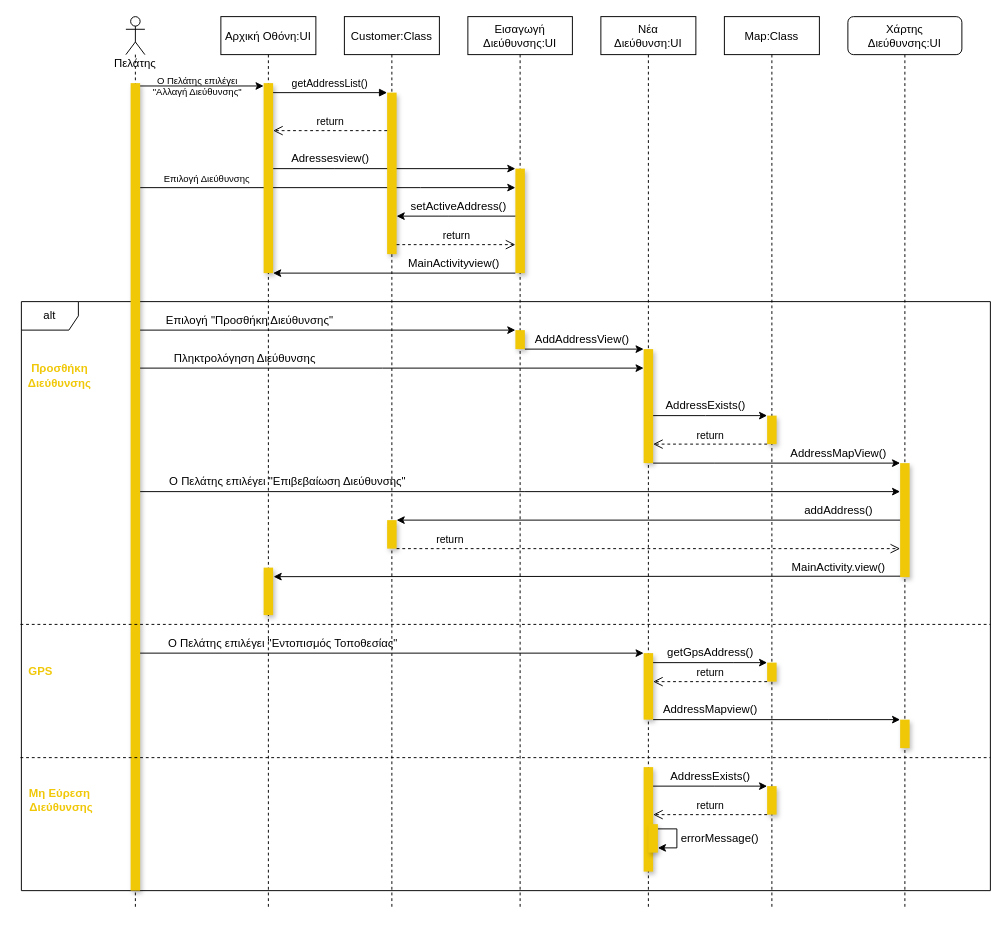
iloudaros/nomnomr keeps this draw.io diagram as docs/contributions/itsikelis/Phase 5/Select Address Revamp/(New)sequence-v0.2-customer-select-address.drawio. Above is the earlier version. Source tidied: cells renumbered, new cells numbered last; positions are measured from the earlier drawing's top-left corner, leaving out a move shared by most shapes. Both pictures are drawn from the tidied source at 95%, with x=0, y=0 at pixel (16, 16).
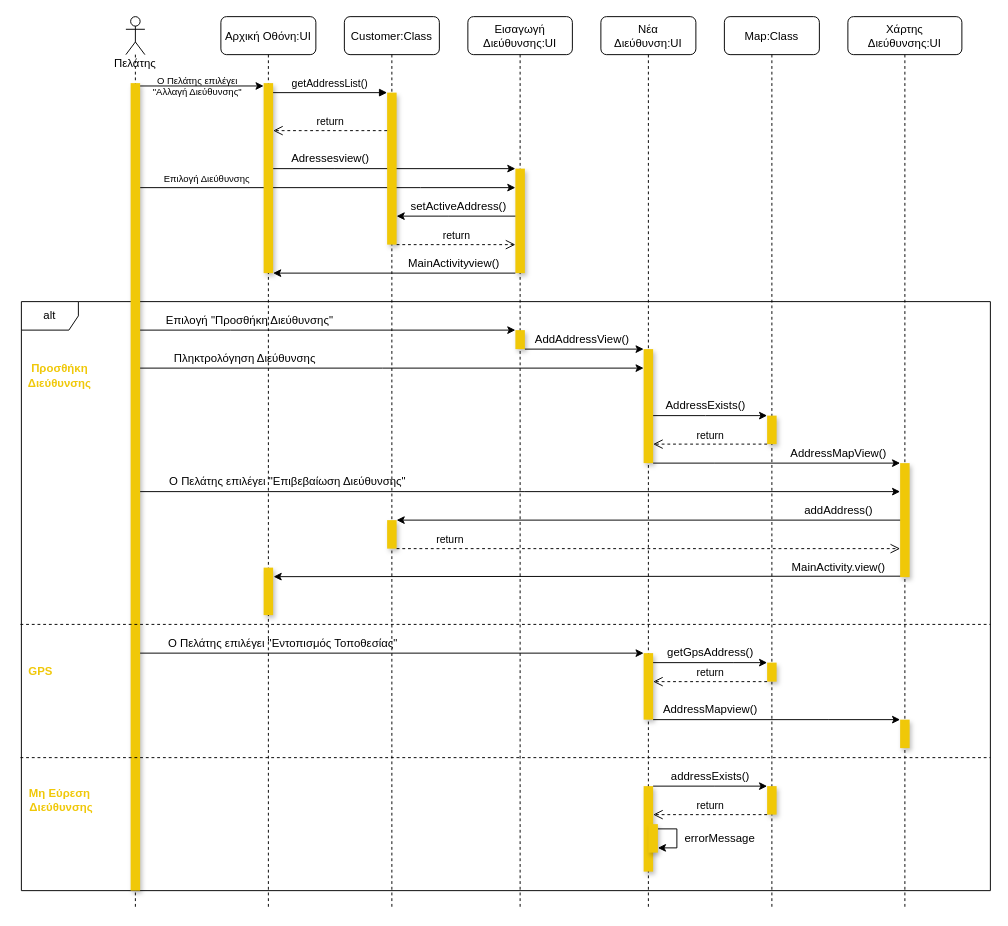
After the change.

What changed in the source:
```diff
@@
-    <mxCell id="6" value="Αρχική Οθόνη:UI" style="shape=umlLifeline;perimeter=lifelinePerimeter;rounded=0;shadow=0;strokeWidth=1;" parent="1" vertex="1">
+    <mxCell id="6" value="Αρχική Οθόνη:UI" style="shape=umlLifeline;perimeter=lifelinePerimeter;rounded=1;shadow=0;strokeWidth=1;" parent="1" vertex="1">
       <mxGeometry x="215" width="100" height="940" as="geometry" />
     </mxCell>
@@
-    <mxCell id="10" value="Customer:Class" style="shape=umlLifeline;perimeter=lifelinePerimeter;rounded=0;shadow=0;strokeWidth=1;" parent="1" vertex="1">
+    <mxCell id="10" value="Customer:Class" style="shape=umlLifeline;perimeter=lifelinePerimeter;rounded=1;shadow=0;strokeWidth=1;" parent="1" vertex="1">
       <mxGeometry x="345" width="100" height="940" as="geometry" />
     </mxCell>
     <mxCell id="11" style="points=[];perimeter=orthogonalPerimeter;rounded=0;shadow=1;strokeWidth=1;fillColor=#F0C808;strokeColor=none;" parent="10" vertex="1">
-      <mxGeometry x="45" y="80" width="10" height="170" as="geometry" />
+      <mxGeometry x="45" y="80" width="10" height="160" as="geometry" />
     </mxCell>
@@
-    <mxCell id="18" value="Εισαγωγή&#10;Διεύθυνσης:UI" style="shape=umlLifeline;perimeter=lifelinePerimeter;rounded=0;shadow=0;strokeWidth=1;" parent="1" vertex="1">
+    <mxCell id="18" value="Εισαγωγή&#10;Διεύθυνσης:UI" style="shape=umlLifeline;perimeter=lifelinePerimeter;rounded=1;shadow=0;strokeWidth=1;" parent="1" vertex="1">
       <mxGeometry x="475" width="110" height="940" as="geometry" />
     </mxCell>
@@
-    <mxCell id="29" value="Νέα &#10;Διεύθυνση:UI" style="shape=umlLifeline;perimeter=lifelinePerimeter;rounded=0;shadow=0;strokeWidth=1;" parent="1" vertex="1">
+    <mxCell id="29" value="Νέα &#10;Διεύθυνση:UI" style="shape=umlLifeline;perimeter=lifelinePerimeter;rounded=1;shadow=0;strokeWidth=1;" parent="1" vertex="1">
       <mxGeometry x="615" width="100" height="940" as="geometry" />
     </mxCell>
@@
     <mxCell id="32" style="points=[];perimeter=orthogonalPerimeter;rounded=0;shadow=1;strokeWidth=1;fillColor=#F0C808;strokeColor=none;" parent="29" vertex="1">
-      <mxGeometry x="45" y="790" width="10" height="110" as="geometry" />
+      <mxGeometry x="45" y="810" width="10" height="90" as="geometry" />
     </mxCell>
@@
-    <mxCell id="36" value="Map:Class" style="shape=umlLifeline;perimeter=lifelinePerimeter;rounded=0;shadow=0;strokeWidth=1;" parent="1" vertex="1">
+    <mxCell id="36" value="Map:Class" style="shape=umlLifeline;perimeter=lifelinePerimeter;rounded=1;shadow=0;strokeWidth=1;" parent="1" vertex="1">
       <mxGeometry x="745" width="100" height="940" as="geometry" />
     </mxCell>
@@
-    <mxCell id="67" value="AddressExists()" style="text;html=1;align=center;verticalAlign=middle;strokeColor=none;fillColor=none;" parent="1" vertex="1">
+    <mxCell id="67" value="addressExists()" style="text;html=1;align=center;verticalAlign=middle;strokeColor=none;fillColor=none;" parent="1" vertex="1">
       <mxGeometry x="680" y="790" width="100" height="20" as="geometry" />
     </mxCell>
@@
-    <mxCell id="72" value="errorMessage()" style="text;html=1;align=center;verticalAlign=middle;strokeColor=none;fillColor=none;" parent="1" vertex="1">
-      <mxGeometry x="690" y="855" width="100" height="20" as="geometry" />
+    <mxCell id="72" value="errorMessage" style="text;html=1;align=center;verticalAlign=middle;strokeColor=none;fillColor=none;" parent="1" vertex="1">
+      <mxGeometry x="695" y="855" width="90" height="20" as="geometry" />
     </mxCell>
```
